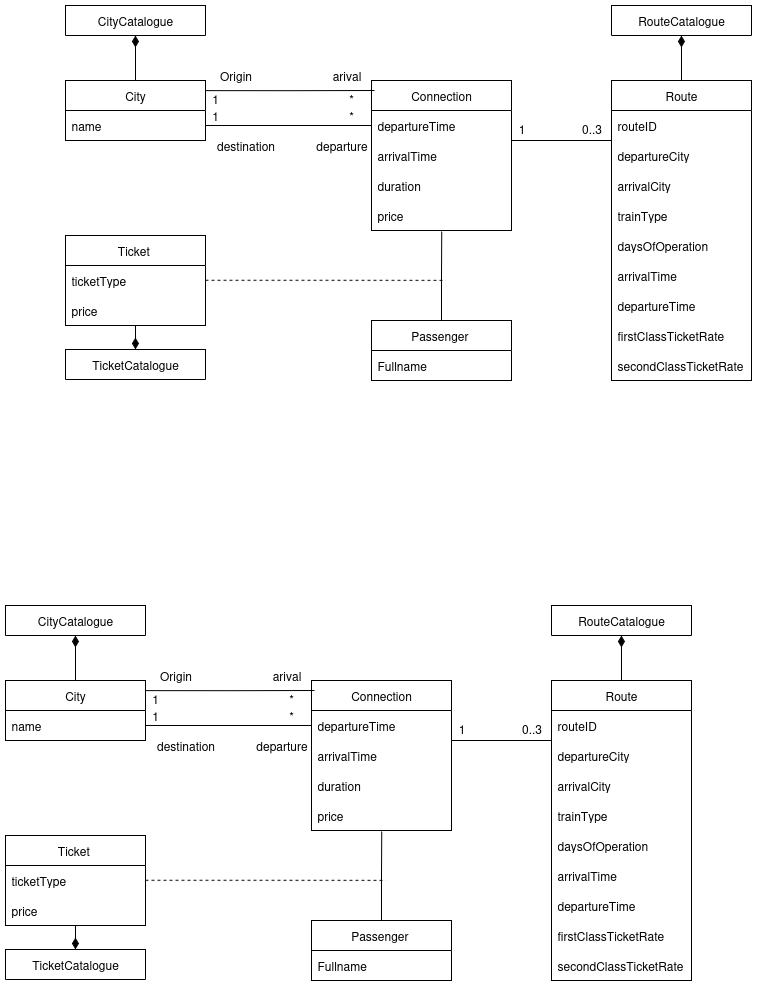
The draw.io diagram Iteration1/Artifacts/Domain_Model.png in JA-WRI/Train-Connection-Finder, before a commit. Source tidied: cells renumbered, new cells last; positions are measured from the earlier drawing's top-left corner, leaving out a move shared by most shapes.
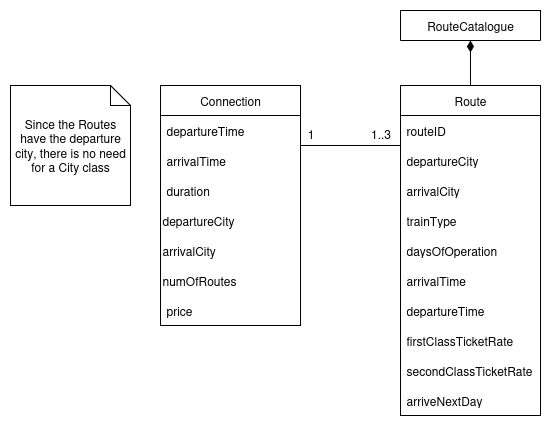
After the change.

Commit message:
Add updated Domain Model and Class Diagram

What changed in the source:
```diff
@@ -2,38 +2,8 @@
   <root>
     <mxCell id="0" />
     <mxCell id="1" parent="0" />
-    <mxCell id="2" style="edgeStyle=orthogonalEdgeStyle;rounded=0;jettySize=auto;html=1;entryX=0.5;entryY=1;entryDx=0;entryDy=0;endArrow=diamondThin;endFill=1;endSize=9;" parent="1" edge="1" source="3" target="5">
-      <mxGeometry relative="1" as="geometry" />
-    </mxCell>
-    <mxCell id="3" value="City" style="swimlane;fontStyle=0;horizontal=1;startSize=30;whiteSpace=wrap;html=1;" parent="1" vertex="1">
-      <mxGeometry y="675" width="140" height="60" as="geometry" />
-    </mxCell>
-    <mxCell id="4" value="name" style="text;strokeColor=none;fillColor=none;align=left;verticalAlign=middle;spacingLeft=4;spacingRight=4;overflow=hidden;points=[[0,0.5],[1,0.5]];portConstraint=eastwest;whiteSpace=wrap;html=1;" parent="3" vertex="1">
-      <mxGeometry y="30" width="140" height="30" as="geometry" />
-    </mxCell>
-    <mxCell id="5" value="CityCatalogue" style="swimlane;fontStyle=0;horizontal=1;startSize=30;whiteSpace=wrap;html=1;" parent="1" vertex="1">
-      <mxGeometry y="600" width="140" height="30" as="geometry" />
-    </mxCell>
-    <mxCell id="6" style="edgeStyle=orthogonalEdgeStyle;rounded=0;orthogonalLoop=1;jettySize=auto;html=1;endArrow=none;endFill=0;dashed=1;exitX=0.999;exitY=0.797;exitDx=0;exitDy=0;exitPerimeter=0;" parent="1" edge="1">
-      <mxGeometry relative="1" as="geometry">
-        <mxPoint x="140" y="874.8" as="sourcePoint" />
-        <mxPoint x="380.1" y="874.9" as="targetPoint" />
-      </mxGeometry>
-    </mxCell>
-    <mxCell id="7" style="edgeStyle=orthogonalEdgeStyle;rounded=0;jettySize=auto;html=1;entryX=0.5;entryY=0;entryDx=0;entryDy=0;endArrow=diamondThin;endFill=1;endSize=9;" parent="1" edge="1" source="8" target="44">
-      <mxGeometry relative="1" as="geometry" />
-    </mxCell>
-    <mxCell id="8" value="Ticket&amp;nbsp;" style="swimlane;fontStyle=0;horizontal=1;startSize=30;whiteSpace=wrap;html=1;" parent="1" vertex="1">
-      <mxGeometry y="830" width="140" height="90" as="geometry" />
-    </mxCell>
-    <mxCell id="9" value="ticketType" style="text;strokeColor=none;fillColor=none;align=left;verticalAlign=middle;spacingLeft=4;spacingRight=4;overflow=hidden;whiteSpace=wrap;html=1;" parent="8" vertex="1">
-      <mxGeometry y="30" width="140" height="30" as="geometry" />
-    </mxCell>
-    <mxCell id="10" value="price" style="text;strokeColor=none;fillColor=none;align=left;verticalAlign=middle;spacingLeft=4;spacingRight=4;overflow=hidden;whiteSpace=wrap;html=1;" parent="8" vertex="1">
-      <mxGeometry y="60" width="140" height="30" as="geometry" />
-    </mxCell>
     <mxCell id="11" value="Connection" style="swimlane;fontStyle=0;horizontal=1;startSize=30;whiteSpace=wrap;html=1;" parent="1" vertex="1">
-      <mxGeometry x="306" y="675" width="140" height="150" as="geometry" />
+      <mxGeometry x="306" y="675" width="140" height="240" as="geometry" />
     </mxCell>
     <mxCell id="12" value="departureTime" style="text;strokeColor=none;fillColor=none;align=left;verticalAlign=middle;spacingLeft=4;spacingRight=4;overflow=hidden;points=[[0,0.5],[1,0.5]];portConstraint=eastwest;whiteSpace=wrap;html=1;" parent="11" vertex="1">
       <mxGeometry y="30" width="140" height="30" as="geometry" />
@@ -44,32 +14,23 @@
     <mxCell id="14" value="duration" style="text;strokeColor=none;fillColor=none;align=left;verticalAlign=middle;spacingLeft=4;spacingRight=4;overflow=hidden;whiteSpace=wrap;html=1;" parent="11" vertex="1">
       <mxGeometry y="90" width="140" height="30" as="geometry" />
     </mxCell>
+    <mxCell id="68" value="departureCity" style="text;html=1;align=left;verticalAlign=middle;whiteSpace=wrap;rounded=0;" parent="11" vertex="1">
+      <mxGeometry y="120" width="140" height="30" as="geometry" />
+    </mxCell>
+    <mxCell id="69" value="arrivalCity" style="text;html=1;align=left;verticalAlign=middle;whiteSpace=wrap;rounded=0;" parent="11" vertex="1">
+      <mxGeometry y="150" width="140" height="30" as="geometry" />
+    </mxCell>
+    <mxCell id="88" value="numOfRoutes" style="text;html=1;align=left;verticalAlign=middle;whiteSpace=wrap;rounded=0;" parent="11" vertex="1">
+      <mxGeometry y="180" width="140" height="30" as="geometry" />
+    </mxCell>
     <mxCell id="15" value="price" style="text;strokeColor=none;fillColor=none;align=left;verticalAlign=middle;spacingLeft=4;spacingRight=4;overflow=hidden;points=[[0,0.5],[1,0.5]];portConstraint=eastwest;whiteSpace=wrap;html=1;" parent="11" vertex="1">
-      <mxGeometry y="120" width="140" height="30" as="geometry" />
+      <mxGeometry y="210" width="140" height="30" as="geometry" />
     </mxCell>
-    <mxCell id="16" value="Origin" style="text;html=1;align=center;verticalAlign=middle;strokeColor=none;fillColor=none;" parent="1" vertex="1">
-      <mxGeometry x="140" y="655" width="60" height="30" as="geometry" />
-    </mxCell>
-    <mxCell id="17" value="destination" style="text;html=1;align=center;verticalAlign=middle;strokeColor=none;fillColor=none;" parent="1" vertex="1">
-      <mxGeometry x="140" y="725" width="80" height="30" as="geometry" />
-    </mxCell>
-    <mxCell id="18" value="departure" style="text;html=1;align=center;verticalAlign=middle;strokeColor=none;fillColor=none;" parent="1" vertex="1">
-      <mxGeometry x="241" y="725" width="70" height="30" as="geometry" />
-    </mxCell>
-    <mxCell id="19" value="arival" style="text;html=1;align=center;verticalAlign=middle;strokeColor=none;fillColor=none;" parent="1" vertex="1">
-      <mxGeometry x="256" y="655" width="50" height="30" as="geometry" />
-    </mxCell>
-    <mxCell id="20" value="Passenger&amp;nbsp;" style="swimlane;fontStyle=0;horizontal=1;startSize=30;whiteSpace=wrap;html=1;" parent="1" vertex="1">
-      <mxGeometry x="306" y="915" width="140" height="60" as="geometry" />
-    </mxCell>
-    <mxCell id="21" value="Fullname&amp;nbsp;" style="text;strokeColor=none;fillColor=none;align=left;verticalAlign=middle;spacingLeft=4;spacingRight=4;overflow=hidden;whiteSpace=wrap;html=1;" parent="20" vertex="1">
-      <mxGeometry y="30" width="140" height="30" as="geometry" />
-    </mxCell>
     <mxCell id="22" style="edgeStyle=orthogonalEdgeStyle;rounded=0;jettySize=auto;html=1;entryX=0.5;entryY=1;entryDx=0;entryDy=0;endArrow=diamondThin;endFill=1;endSize=9;" parent="1" edge="1" source="23" target="36">
       <mxGeometry relative="1" as="geometry" />
     </mxCell>
     <mxCell id="23" value="Route" style="swimlane;fontStyle=0;horizontal=1;startSize=30;whiteSpace=wrap;html=1;" parent="1" vertex="1">
-      <mxGeometry x="546" y="675" width="140" height="300" as="geometry" />
+      <mxGeometry x="546" y="675" width="140" height="330" as="geometry" />
     </mxCell>
     <mxCell id="24" value="routeID" style="text;strokeColor=none;fillColor=none;align=left;verticalAlign=middle;spacingLeft=4;spacingRight=4;overflow=hidden;whiteSpace=wrap;html=1;" parent="23" vertex="1">
       <mxGeometry y="30" width="140" height="30" as="geometry" />
@@ -98,183 +59,25 @@
     <mxCell id="32" value="secondClassTicketRate" style="text;strokeColor=none;fillColor=none;align=left;verticalAlign=middle;spacingLeft=4;spacingRight=4;overflow=hidden;whiteSpace=wrap;html=1;" parent="23" vertex="1">
       <mxGeometry y="270" width="140" height="30" as="geometry" />
     </mxCell>
+    <mxCell id="89" value="arriveNextDay" style="text;strokeColor=none;fillColor=none;align=left;verticalAlign=middle;spacingLeft=4;spacingRight=4;overflow=hidden;whiteSpace=wrap;html=1;" parent="23" vertex="1">
+      <mxGeometry y="300" width="140" height="30" as="geometry" />
+    </mxCell>
     <mxCell id="33" style="endArrow=none;html=1;rounded=0;entryX=1.003;entryY=0.9;entryDx=0;entryDy=0;entryPerimeter=0;" parent="1" edge="1" target="40">
       <mxGeometry relative="1" as="geometry">
         <mxPoint x="446" y="735" as="sourcePoint" />
       </mxGeometry>
     </mxCell>
-    <mxCell id="34" value="1" style="text;html=1;align=center;verticalAlign=middle;whiteSpace=wrap;rounded=0;" parent="1" vertex="1">
-      <mxGeometry x="120" y="695" width="60" height="30" as="geometry" />
-    </mxCell>
-    <mxCell id="35" value="*" style="text;html=1;align=center;verticalAlign=middle;whiteSpace=wrap;rounded=0;" parent="1" vertex="1">
-      <mxGeometry x="256" y="678" width="60" height="30" as="geometry" />
-    </mxCell>
     <mxCell id="36" value="RouteCatalogue" style="swimlane;fontStyle=0;horizontal=1;startSize=30;whiteSpace=wrap;html=1;" parent="1" vertex="1">
       <mxGeometry x="546" y="600" width="140" height="30" as="geometry" />
     </mxCell>
-    <mxCell id="37" value="1" style="text;html=1;align=center;verticalAlign=middle;whiteSpace=wrap;rounded=0;" parent="1" vertex="1">
-      <mxGeometry x="120" y="678" width="60" height="30" as="geometry" />
-    </mxCell>
-    <mxCell id="38" value="*" style="text;html=1;align=center;verticalAlign=middle;whiteSpace=wrap;rounded=0;" parent="1" vertex="1">
-      <mxGeometry x="256" y="695" width="60" height="30" as="geometry" />
-    </mxCell>
     <mxCell id="39" value="1" style="text;html=1;align=center;verticalAlign=middle;strokeColor=none;fillColor=none;" parent="1" vertex="1">
       <mxGeometry x="441" y="708" width="30" height="30" as="geometry" />
     </mxCell>
-    <mxCell id="40" value="0..3" style="text;html=1;align=center;verticalAlign=middle;points=[];strokeColor=none;fillColor=none;" parent="1" vertex="1">
+    <mxCell id="40" value="1..3" style="text;html=1;align=center;verticalAlign=middle;points=[];strokeColor=none;fillColor=none;" parent="1" vertex="1">
       <mxGeometry x="506" y="708" width="40" height="30" as="geometry" />
     </mxCell>
-    <mxCell id="41" style="edgeStyle=orthogonalEdgeStyle;rounded=0;orthogonalLoop=1;jettySize=auto;html=1;entryX=0;entryY=0.199;entryDx=0;entryDy=0;entryPerimeter=0;endArrow=none;endFill=0;" parent="1" edge="1">
-      <mxGeometry relative="1" as="geometry">
-        <mxPoint x="140" y="685.1" as="sourcePoint" />
-        <mxPoint x="309" y="685" as="targetPoint" />
-      </mxGeometry>
-    </mxCell>
-    <mxCell id="42" style="edgeStyle=orthogonalEdgeStyle;rounded=0;jettySize=auto;html=1;entryX=0;entryY=0.5;entryDx=0;entryDy=0;endArrow=none;endFill=0;" parent="1" edge="1" source="4" target="12">
-      <mxGeometry relative="1" as="geometry" />
-    </mxCell>
-    <mxCell id="43" style="edgeStyle=orthogonalEdgeStyle;rounded=0;jettySize=auto;html=1;entryX=0.502;entryY=1.027;entryDx=0;entryDy=0;entryPerimeter=0;endArrow=none;endFill=0;" parent="1" edge="1" source="20" target="15">
-      <mxGeometry relative="1" as="geometry" />
-    </mxCell>
-    <mxCell id="44" value="TicketCatalogue" style="swimlane;fontStyle=0;horizontal=1;startSize=30;whiteSpace=wrap;html=1;" parent="1" vertex="1">
-      <mxGeometry y="944" width="140" height="30" as="geometry" />
-    </mxCell>
-    <mxCell id="45" style="edgeStyle=orthogonalEdgeStyle;rounded=0;jettySize=auto;html=1;entryX=0.5;entryY=1;entryDx=0;entryDy=0;endArrow=diamondThin;endFill=1;endSize=9;" parent="1" edge="1" source="46" target="48">
-      <mxGeometry relative="1" as="geometry" />
-    </mxCell>
-    <mxCell id="46" value="City" style="swimlane;fontStyle=0;horizontal=1;startSize=30;whiteSpace=wrap;html=1;" parent="1" vertex="1">
-      <mxGeometry x="60" y="75" width="140" height="60" as="geometry" />
-    </mxCell>
-    <mxCell id="47" value="name" style="text;strokeColor=none;fillColor=none;align=left;verticalAlign=middle;spacingLeft=4;spacingRight=4;overflow=hidden;points=[[0,0.5],[1,0.5]];portConstraint=eastwest;whiteSpace=wrap;html=1;" parent="46" vertex="1">
-      <mxGeometry y="30" width="140" height="30" as="geometry" />
-    </mxCell>
-    <mxCell id="48" value="CityCatalogue" style="swimlane;fontStyle=0;horizontal=1;startSize=30;whiteSpace=wrap;html=1;" parent="1" vertex="1">
-      <mxGeometry x="60" width="140" height="30" as="geometry" />
-    </mxCell>
-    <mxCell id="49" style="edgeStyle=orthogonalEdgeStyle;rounded=0;orthogonalLoop=1;jettySize=auto;html=1;endArrow=none;endFill=0;dashed=1;exitX=0.999;exitY=0.797;exitDx=0;exitDy=0;exitPerimeter=0;" parent="1" edge="1">
-      <mxGeometry relative="1" as="geometry">
-        <mxPoint x="200" y="274.8" as="sourcePoint" />
-        <mxPoint x="440.1" y="274.9" as="targetPoint" />
-      </mxGeometry>
-    </mxCell>
-    <mxCell id="50" style="edgeStyle=orthogonalEdgeStyle;rounded=0;jettySize=auto;html=1;entryX=0.5;entryY=0;entryDx=0;entryDy=0;endArrow=diamondThin;endFill=1;endSize=9;" parent="1" edge="1" source="51" target="87">
-      <mxGeometry relative="1" as="geometry" />
-    </mxCell>
-    <mxCell id="51" value="Ticket&amp;nbsp;" style="swimlane;fontStyle=0;horizontal=1;startSize=30;whiteSpace=wrap;html=1;" parent="1" vertex="1">
-      <mxGeometry x="60" y="230" width="140" height="90" as="geometry" />
-    </mxCell>
-    <mxCell id="52" value="ticketType" style="text;strokeColor=none;fillColor=none;align=left;verticalAlign=middle;spacingLeft=4;spacingRight=4;overflow=hidden;whiteSpace=wrap;html=1;" parent="51" vertex="1">
-      <mxGeometry y="30" width="140" height="30" as="geometry" />
-    </mxCell>
-    <mxCell id="53" value="price" style="text;strokeColor=none;fillColor=none;align=left;verticalAlign=middle;spacingLeft=4;spacingRight=4;overflow=hidden;whiteSpace=wrap;html=1;" parent="51" vertex="1">
-      <mxGeometry y="60" width="140" height="30" as="geometry" />
-    </mxCell>
-    <mxCell id="54" value="Connection" style="swimlane;fontStyle=0;horizontal=1;startSize=30;whiteSpace=wrap;html=1;" parent="1" vertex="1">
-      <mxGeometry x="366" y="75" width="140" height="150" as="geometry" />
-    </mxCell>
-    <mxCell id="55" value="departureTime" style="text;strokeColor=none;fillColor=none;align=left;verticalAlign=middle;spacingLeft=4;spacingRight=4;overflow=hidden;points=[[0,0.5],[1,0.5]];portConstraint=eastwest;whiteSpace=wrap;html=1;" parent="54" vertex="1">
-      <mxGeometry y="30" width="140" height="30" as="geometry" />
-    </mxCell>
-    <mxCell id="56" value="arrivalTime" style="text;strokeColor=none;fillColor=none;align=left;verticalAlign=middle;spacingLeft=4;spacingRight=4;overflow=hidden;whiteSpace=wrap;html=1;" parent="54" vertex="1">
-      <mxGeometry y="60" width="140" height="30" as="geometry" />
-    </mxCell>
-    <mxCell id="57" value="duration" style="text;strokeColor=none;fillColor=none;align=left;verticalAlign=middle;spacingLeft=4;spacingRight=4;overflow=hidden;whiteSpace=wrap;html=1;" parent="54" vertex="1">
-      <mxGeometry y="90" width="140" height="30" as="geometry" />
-    </mxCell>
-    <mxCell id="58" value="price" style="text;strokeColor=none;fillColor=none;align=left;verticalAlign=middle;spacingLeft=4;spacingRight=4;overflow=hidden;points=[[0,0.5],[1,0.5]];portConstraint=eastwest;whiteSpace=wrap;html=1;" parent="54" vertex="1">
-      <mxGeometry y="120" width="140" height="30" as="geometry" />
-    </mxCell>
-    <mxCell id="59" value="Origin" style="text;html=1;align=center;verticalAlign=middle;strokeColor=none;fillColor=none;" parent="1" vertex="1">
-      <mxGeometry x="200" y="55" width="60" height="30" as="geometry" />
-    </mxCell>
-    <mxCell id="60" value="destination" style="text;html=1;align=center;verticalAlign=middle;strokeColor=none;fillColor=none;" parent="1" vertex="1">
-      <mxGeometry x="200" y="125" width="80" height="30" as="geometry" />
-    </mxCell>
-    <mxCell id="61" value="departure" style="text;html=1;align=center;verticalAlign=middle;strokeColor=none;fillColor=none;" parent="1" vertex="1">
-      <mxGeometry x="301" y="125" width="70" height="30" as="geometry" />
-    </mxCell>
-    <mxCell id="62" value="arival" style="text;html=1;align=center;verticalAlign=middle;strokeColor=none;fillColor=none;" parent="1" vertex="1">
-      <mxGeometry x="316" y="55" width="50" height="30" as="geometry" />
-    </mxCell>
-    <mxCell id="63" value="Passenger&amp;nbsp;" style="swimlane;fontStyle=0;horizontal=1;startSize=30;whiteSpace=wrap;html=1;" parent="1" vertex="1">
-      <mxGeometry x="366" y="315" width="140" height="60" as="geometry" />
-    </mxCell>
-    <mxCell id="64" value="Fullname&amp;nbsp;" style="text;strokeColor=none;fillColor=none;align=left;verticalAlign=middle;spacingLeft=4;spacingRight=4;overflow=hidden;whiteSpace=wrap;html=1;" parent="63" vertex="1">
-      <mxGeometry y="30" width="140" height="30" as="geometry" />
-    </mxCell>
-    <mxCell id="65" style="edgeStyle=orthogonalEdgeStyle;rounded=0;jettySize=auto;html=1;entryX=0.5;entryY=1;entryDx=0;entryDy=0;endArrow=diamondThin;endFill=1;endSize=9;" parent="1" edge="1" source="66" target="79">
-      <mxGeometry relative="1" as="geometry" />
-    </mxCell>
-    <mxCell id="66" value="Route" style="swimlane;fontStyle=0;horizontal=1;startSize=30;whiteSpace=wrap;html=1;" parent="1" vertex="1">
-      <mxGeometry x="606" y="75" width="140" height="300" as="geometry" />
-    </mxCell>
-    <mxCell id="67" value="routeID" style="text;strokeColor=none;fillColor=none;align=left;verticalAlign=middle;spacingLeft=4;spacingRight=4;overflow=hidden;whiteSpace=wrap;html=1;" parent="66" vertex="1">
-      <mxGeometry y="30" width="140" height="30" as="geometry" />
-    </mxCell>
-    <mxCell id="68" value="departureCity" style="text;strokeColor=none;fillColor=none;align=left;verticalAlign=middle;spacingLeft=4;spacingRight=4;overflow=hidden;whiteSpace=wrap;html=1;" parent="66" vertex="1">
-      <mxGeometry y="60" width="140" height="30" as="geometry" />
-    </mxCell>
-    <mxCell id="69" value="arrivalCity" style="text;strokeColor=none;fillColor=none;align=left;verticalAlign=middle;spacingLeft=4;spacingRight=4;overflow=hidden;whiteSpace=wrap;html=1;" parent="66" vertex="1">
-      <mxGeometry y="90" width="140" height="30" as="geometry" />
-    </mxCell>
-    <mxCell id="70" value="trainType" style="text;strokeColor=none;fillColor=none;align=left;verticalAlign=middle;spacingLeft=4;spacingRight=4;overflow=hidden;whiteSpace=wrap;html=1;" parent="66" vertex="1">
-      <mxGeometry y="120" width="140" height="30" as="geometry" />
-    </mxCell>
-    <mxCell id="71" value="daysOfOperation" style="text;strokeColor=none;fillColor=none;align=left;verticalAlign=middle;spacingLeft=4;spacingRight=4;overflow=hidden;whiteSpace=wrap;html=1;" parent="66" vertex="1">
-      <mxGeometry y="150" width="140" height="30" as="geometry" />
-    </mxCell>
-    <mxCell id="72" value="arrivalTime" style="text;strokeColor=none;fillColor=none;align=left;verticalAlign=middle;spacingLeft=4;spacingRight=4;overflow=hidden;whiteSpace=wrap;html=1;" parent="66" vertex="1">
-      <mxGeometry y="180" width="140" height="30" as="geometry" />
-    </mxCell>
-    <mxCell id="73" value="departureTime" style="text;strokeColor=none;fillColor=none;align=left;verticalAlign=middle;spacingLeft=4;spacingRight=4;overflow=hidden;whiteSpace=wrap;html=1;" parent="66" vertex="1">
-      <mxGeometry y="210" width="140" height="30" as="geometry" />
-    </mxCell>
-    <mxCell id="74" value="firstClassTicketRate" style="text;strokeColor=none;fillColor=none;align=left;verticalAlign=middle;spacingLeft=4;spacingRight=4;overflow=hidden;whiteSpace=wrap;html=1;" parent="66" vertex="1">
-      <mxGeometry y="240" width="140" height="30" as="geometry" />
-    </mxCell>
-    <mxCell id="75" value="secondClassTicketRate" style="text;strokeColor=none;fillColor=none;align=left;verticalAlign=middle;spacingLeft=4;spacingRight=4;overflow=hidden;whiteSpace=wrap;html=1;" parent="66" vertex="1">
-      <mxGeometry y="270" width="140" height="30" as="geometry" />
-    </mxCell>
-    <mxCell id="76" style="endArrow=none;html=1;rounded=0;entryX=1.003;entryY=0.9;entryDx=0;entryDy=0;entryPerimeter=0;" parent="1" edge="1" target="83">
-      <mxGeometry relative="1" as="geometry">
-        <mxPoint x="506" y="135" as="sourcePoint" />
-      </mxGeometry>
-    </mxCell>
-    <mxCell id="77" value="1" style="text;html=1;align=center;verticalAlign=middle;whiteSpace=wrap;rounded=0;" parent="1" vertex="1">
-      <mxGeometry x="180" y="95" width="60" height="30" as="geometry" />
-    </mxCell>
-    <mxCell id="78" value="*" style="text;html=1;align=center;verticalAlign=middle;whiteSpace=wrap;rounded=0;" parent="1" vertex="1">
-      <mxGeometry x="316" y="78" width="60" height="30" as="geometry" />
-    </mxCell>
-    <mxCell id="79" value="RouteCatalogue" style="swimlane;fontStyle=0;horizontal=1;startSize=30;whiteSpace=wrap;html=1;" parent="1" vertex="1">
-      <mxGeometry x="606" width="140" height="30" as="geometry" />
-    </mxCell>
-    <mxCell id="80" value="1" style="text;html=1;align=center;verticalAlign=middle;whiteSpace=wrap;rounded=0;" parent="1" vertex="1">
-      <mxGeometry x="180" y="78" width="60" height="30" as="geometry" />
-    </mxCell>
-    <mxCell id="81" value="*" style="text;html=1;align=center;verticalAlign=middle;whiteSpace=wrap;rounded=0;" parent="1" vertex="1">
-      <mxGeometry x="316" y="95" width="60" height="30" as="geometry" />
-    </mxCell>
-    <mxCell id="82" value="1" style="text;html=1;align=center;verticalAlign=middle;strokeColor=none;fillColor=none;" parent="1" vertex="1">
-      <mxGeometry x="501" y="108" width="30" height="30" as="geometry" />
-    </mxCell>
-    <mxCell id="83" value="0..3" style="text;html=1;align=center;verticalAlign=middle;points=[];strokeColor=none;fillColor=none;" parent="1" vertex="1">
-      <mxGeometry x="566" y="108" width="40" height="30" as="geometry" />
-    </mxCell>
-    <mxCell id="84" style="edgeStyle=orthogonalEdgeStyle;rounded=0;orthogonalLoop=1;jettySize=auto;html=1;entryX=0;entryY=0.199;entryDx=0;entryDy=0;entryPerimeter=0;endArrow=none;endFill=0;" parent="1" edge="1">
-      <mxGeometry relative="1" as="geometry">
-        <mxPoint x="200" y="85.1" as="sourcePoint" />
-        <mxPoint x="369" y="85" as="targetPoint" />
-      </mxGeometry>
-    </mxCell>
-    <mxCell id="85" style="edgeStyle=orthogonalEdgeStyle;rounded=0;jettySize=auto;html=1;entryX=0;entryY=0.5;entryDx=0;entryDy=0;endArrow=none;endFill=0;" parent="1" edge="1" source="47" target="55">
-      <mxGeometry relative="1" as="geometry" />
-    </mxCell>
-    <mxCell id="86" style="edgeStyle=orthogonalEdgeStyle;rounded=0;jettySize=auto;html=1;entryX=0.502;entryY=1.027;entryDx=0;entryDy=0;entryPerimeter=0;endArrow=none;endFill=0;" parent="1" edge="1" source="63" target="58">
-      <mxGeometry relative="1" as="geometry" />
-    </mxCell>
-    <mxCell id="87" value="TicketCatalogue" style="swimlane;fontStyle=0;horizontal=1;startSize=30;whiteSpace=wrap;html=1;" parent="1" vertex="1">
-      <mxGeometry x="60" y="344" width="140" height="30" as="geometry" />
-    </mxCell>
+    <mxCell id="90" value="Since the Routes have the departure city, there is no need for a City class" style="shape=note;size=20;whiteSpace=wrap;html=1;" parent="1" vertex="1">
+      <mxGeometry x="156" y="675" width="120" height="120" as="geometry" />
+    </mxCell>
   </root>
 </mxGraphModel>
```
